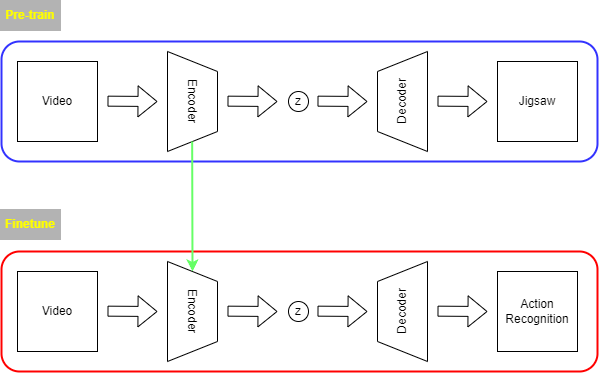
Kyoungrae-Noh/Self-Supervised-Learning keeps this draw.io diagram as explain using only draw.png. Above is the earlier version. Source tidied: cells renumbered, new cells last; positions are measured from the earlier drawing's top-left corner, leaving out a move shared by most shapes.
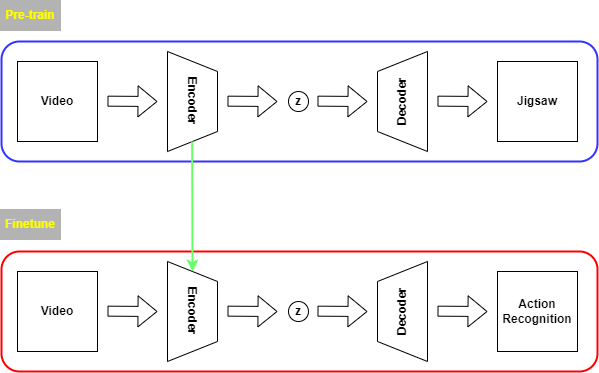
Above is the later version.

Change to the diagram source:
```diff
@@ -11,7 +11,7 @@
     <mxCell id="4" style="rounded=1;whiteSpace=wrap;html=1;strokeColor=#3333FF;fontColor=#FFFF00;fillColor=none;strokeWidth=2;" parent="1" vertex="1">
       <mxGeometry x="1" y="41" width="596" height="120" as="geometry" />
     </mxCell>
-    <mxCell id="5" value="&lt;font color=&quot;#000000&quot;&gt;Video&lt;/font&gt;" style="whiteSpace=wrap;html=1;strokeColor=#000000;fontColor=#FFFF00;fillColor=#FFFFFF;" parent="1" vertex="1">
+    <mxCell id="5" value="&lt;font color=&quot;#000000&quot;&gt;&lt;b&gt;Video&lt;/b&gt;&lt;/font&gt;" style="whiteSpace=wrap;html=1;strokeColor=#000000;fontColor=#FFFF00;fillColor=#FFFFFF;" parent="1" vertex="1">
       <mxGeometry x="17" y="61" width="80" height="80" as="geometry" />
     </mxCell>
     <mxCell id="6" style="shape=flexArrow;endArrow=classic;html=1;rounded=0;fontColor=#000000;" parent="1" edge="1">
@@ -20,7 +20,7 @@
         <mxPoint x="157" y="101" as="targetPoint" />
       </mxGeometry>
     </mxCell>
-    <mxCell id="7" value="Encoder" style="shape=trapezoid;perimeter=trapezoidPerimeter;whiteSpace=wrap;html=1;fixedSize=1;strokeColor=#000000;fontColor=#000000;fillColor=#FFFFFF;rotation=90;" parent="1" vertex="1">
+    <mxCell id="7" value="&lt;b&gt;Encoder&lt;/b&gt;" style="shape=trapezoid;perimeter=trapezoidPerimeter;whiteSpace=wrap;html=1;fixedSize=1;strokeColor=#000000;fontColor=#000000;fillColor=#FFFFFF;rotation=90;" parent="1" vertex="1">
       <mxGeometry x="142" y="76" width="100" height="50" as="geometry" />
     </mxCell>
     <mxCell id="8" style="shape=flexArrow;endArrow=classic;html=1;rounded=0;fontColor=#000000;" parent="1" edge="1">
@@ -29,7 +29,7 @@
         <mxPoint x="277" y="101" as="targetPoint" />
       </mxGeometry>
     </mxCell>
-    <mxCell id="9" value="z" style="ellipse;whiteSpace=wrap;html=1;strokeColor=#000000;fontColor=#000000;fillColor=#FFFFFF;" parent="1" vertex="1">
+    <mxCell id="9" value="&lt;b&gt;z&lt;/b&gt;" style="ellipse;whiteSpace=wrap;html=1;strokeColor=#000000;fontColor=#000000;fillColor=#FFFFFF;" parent="1" vertex="1">
       <mxGeometry x="288" y="91" width="20" height="20" as="geometry" />
     </mxCell>
     <mxCell id="10" style="shape=flexArrow;endArrow=classic;html=1;rounded=0;fontColor=#000000;" parent="1" edge="1">
@@ -38,7 +38,7 @@
         <mxPoint x="367" y="101" as="targetPoint" />
       </mxGeometry>
     </mxCell>
-    <mxCell id="11" value="Decoder" style="shape=trapezoid;perimeter=trapezoidPerimeter;whiteSpace=wrap;html=1;fixedSize=1;strokeColor=#000000;fontColor=#000000;fillColor=#FFFFFF;rotation=-90;" parent="1" vertex="1">
+    <mxCell id="11" value="&lt;b&gt;Decoder&lt;/b&gt;" style="shape=trapezoid;perimeter=trapezoidPerimeter;whiteSpace=wrap;html=1;fixedSize=1;strokeColor=#000000;fontColor=#000000;fillColor=#FFFFFF;rotation=-90;" parent="1" vertex="1">
       <mxGeometry x="352" y="76" width="100" height="50" as="geometry" />
     </mxCell>
     <mxCell id="12" style="shape=flexArrow;endArrow=classic;html=1;rounded=0;fontColor=#000000;" parent="1" edge="1">
@@ -47,13 +47,13 @@
         <mxPoint x="487" y="101" as="targetPoint" />
       </mxGeometry>
     </mxCell>
-    <mxCell id="13" value="&lt;font color=&quot;#000000&quot;&gt;Jigsaw&lt;/font&gt;" style="whiteSpace=wrap;html=1;strokeColor=#000000;fontColor=#FFFF00;fillColor=#FFFFFF;" parent="1" vertex="1">
+    <mxCell id="13" value="&lt;font color=&quot;#000000&quot;&gt;&lt;b&gt;Jigsaw&lt;/b&gt;&lt;/font&gt;" style="whiteSpace=wrap;html=1;strokeColor=#000000;fontColor=#FFFF00;fillColor=#FFFFFF;" parent="1" vertex="1">
       <mxGeometry x="497" y="61" width="80" height="80" as="geometry" />
     </mxCell>
     <mxCell id="14" style="rounded=1;whiteSpace=wrap;html=1;strokeColor=#FF0000;fontColor=#FFFF00;fillColor=none;strokeWidth=2;" parent="1" vertex="1">
       <mxGeometry x="1" y="251" width="596" height="120" as="geometry" />
     </mxCell>
-    <mxCell id="15" value="&lt;font color=&quot;#000000&quot;&gt;Video&lt;/font&gt;" style="whiteSpace=wrap;html=1;strokeColor=#000000;fontColor=#FFFF00;fillColor=#FFFFFF;" parent="1" vertex="1">
+    <mxCell id="15" value="&lt;font color=&quot;#000000&quot;&gt;&lt;b&gt;Video&lt;/b&gt;&lt;/font&gt;" style="whiteSpace=wrap;html=1;strokeColor=#000000;fontColor=#FFFF00;fillColor=#FFFFFF;" parent="1" vertex="1">
       <mxGeometry x="17" y="271" width="80" height="80" as="geometry" />
     </mxCell>
     <mxCell id="16" style="shape=flexArrow;endArrow=classic;html=1;rounded=0;fontColor=#000000;" parent="1" edge="1">
@@ -62,7 +62,7 @@
         <mxPoint x="157" y="311" as="targetPoint" />
       </mxGeometry>
     </mxCell>
-    <mxCell id="17" value="Encoder" style="shape=trapezoid;perimeter=trapezoidPerimeter;whiteSpace=wrap;html=1;fixedSize=1;strokeColor=#000000;fontColor=#000000;fillColor=#FFFFFF;rotation=90;" parent="1" vertex="1">
+    <mxCell id="17" value="&lt;b&gt;Encoder&lt;/b&gt;" style="shape=trapezoid;perimeter=trapezoidPerimeter;whiteSpace=wrap;html=1;fixedSize=1;strokeColor=#000000;fontColor=#000000;fillColor=#FFFFFF;rotation=90;" parent="1" vertex="1">
       <mxGeometry x="142" y="286" width="100" height="50" as="geometry" />
     </mxCell>
     <mxCell id="18" style="shape=flexArrow;endArrow=classic;html=1;rounded=0;fontColor=#000000;" parent="1" edge="1">
@@ -71,7 +71,7 @@
         <mxPoint x="277" y="311" as="targetPoint" />
       </mxGeometry>
     </mxCell>
-    <mxCell id="19" value="z" style="ellipse;whiteSpace=wrap;html=1;strokeColor=#000000;fontColor=#000000;fillColor=#FFFFFF;" parent="1" vertex="1">
+    <mxCell id="19" value="&lt;b&gt;z&lt;/b&gt;" style="ellipse;whiteSpace=wrap;html=1;strokeColor=#000000;fontColor=#000000;fillColor=#FFFFFF;" parent="1" vertex="1">
       <mxGeometry x="288" y="301" width="20" height="20" as="geometry" />
     </mxCell>
     <mxCell id="20" style="shape=flexArrow;endArrow=classic;html=1;rounded=0;fontColor=#000000;" parent="1" edge="1">
@@ -80,7 +80,7 @@
         <mxPoint x="367" y="311" as="targetPoint" />
       </mxGeometry>
     </mxCell>
-    <mxCell id="21" value="Decoder" style="shape=trapezoid;perimeter=trapezoidPerimeter;whiteSpace=wrap;html=1;fixedSize=1;strokeColor=#000000;fontColor=#000000;fillColor=#FFFFFF;rotation=-90;" parent="1" vertex="1">
+    <mxCell id="21" value="&lt;b&gt;Decoder&lt;/b&gt;" style="shape=trapezoid;perimeter=trapezoidPerimeter;whiteSpace=wrap;html=1;fixedSize=1;strokeColor=#000000;fontColor=#000000;fillColor=#FFFFFF;rotation=-90;" parent="1" vertex="1">
       <mxGeometry x="352" y="286" width="100" height="50" as="geometry" />
     </mxCell>
     <mxCell id="22" style="shape=flexArrow;endArrow=classic;html=1;rounded=0;fontColor=#000000;" parent="1" edge="1">
@@ -89,7 +89,7 @@
         <mxPoint x="487" y="311" as="targetPoint" />
       </mxGeometry>
     </mxCell>
-    <mxCell id="23" value="&lt;font color=&quot;#000000&quot;&gt;Action&lt;br&gt;Recognition&lt;br&gt;&lt;/font&gt;" style="whiteSpace=wrap;html=1;strokeColor=#000000;fontColor=#FFFF00;fillColor=#FFFFFF;" parent="1" vertex="1">
+    <mxCell id="23" value="&lt;font color=&quot;#000000&quot;&gt;&lt;b&gt;Action&lt;br&gt;Recognition&lt;/b&gt;&lt;br&gt;&lt;/font&gt;" style="whiteSpace=wrap;html=1;strokeColor=#000000;fontColor=#FFFF00;fillColor=#FFFFFF;" parent="1" vertex="1">
       <mxGeometry x="497" y="271" width="80" height="80" as="geometry" />
     </mxCell>
     <mxCell id="24" style="endArrow=classic;html=1;rounded=0;fontColor=#000000;entryX=0;entryY=0.5;entryDx=0;entryDy=0;strokeColor=#66FF66;strokeWidth=2;" parent="1" edge="1" target="17">
```
